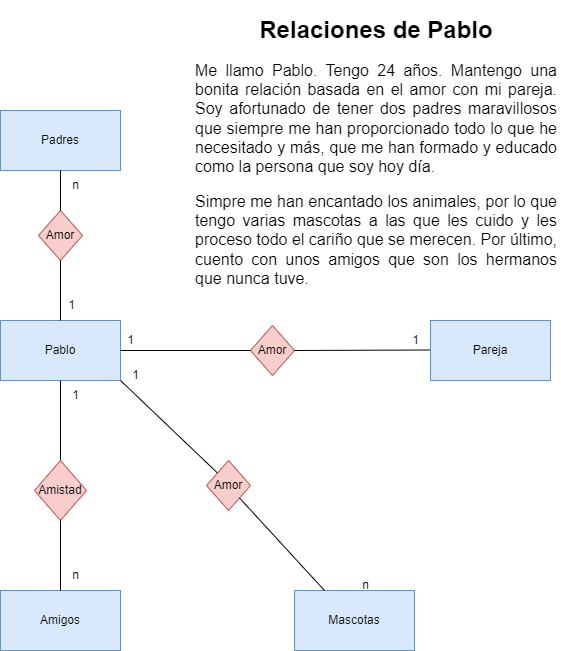
This is Ejercicio9DERRelacionesPablo.png from Pablosky971/JAVAIndra, a draw.io export, as it was before one commit. Source tidied: cells renumbered, new cells last; positions are measured from the earlier drawing's top-left corner, leaving out a move shared by most shapes. Its diagram source:
```xml
<mxGraphModel>
  <root>
    <mxCell id="0" />
    <mxCell id="1" parent="0" />
    <mxCell id="2" value="Pablo" style="rounded=0;whiteSpace=wrap;html=1;fillColor=#dae8fc;strokeColor=#6c8ebf;" parent="1" vertex="1">
      <mxGeometry y="310" width="120" height="60" as="geometry" />
    </mxCell>
    <mxCell id="3" value="Amor" style="rhombus;whiteSpace=wrap;html=1;fillColor=#f8cecc;strokeColor=#b85450;" parent="1" vertex="1">
      <mxGeometry x="250" y="315" width="44" height="50" as="geometry" />
    </mxCell>
    <mxCell id="4" style="endArrow=none;html=1;rounded=0;entryX=0;entryY=0.5;entryDx=0;entryDy=0;" parent="1" edge="1" source="2" target="3">
      <mxGeometry relative="1" as="geometry" />
    </mxCell>
    <mxCell id="5" style="endArrow=none;html=1;rounded=0;entryX=0;entryY=0.5;entryDx=0;entryDy=0;exitX=1;exitY=0.5;exitDx=0;exitDy=0;" parent="1" edge="1" source="3">
      <mxGeometry relative="1" as="geometry">
        <mxPoint x="430" y="339.5" as="targetPoint" />
      </mxGeometry>
    </mxCell>
    <mxCell id="6" value="Pareja" style="rounded=0;whiteSpace=wrap;html=1;fillColor=#dae8fc;strokeColor=#6c8ebf;" parent="1" vertex="1">
      <mxGeometry x="430" y="310" width="120" height="60" as="geometry" />
    </mxCell>
    <mxCell id="7" value="1" style="text;html=1;align=center;verticalAlign=middle;strokeColor=none;fillColor=none;" parent="1" vertex="1">
      <mxGeometry x="115" y="315" width="30" height="30" as="geometry" />
    </mxCell>
    <mxCell id="8" value="1" style="text;html=1;align=center;verticalAlign=middle;strokeColor=none;fillColor=none;" parent="1" vertex="1">
      <mxGeometry x="400" y="315" width="30" height="30" as="geometry" />
    </mxCell>
    <mxCell id="9" value="Amigos" style="rounded=0;whiteSpace=wrap;html=1;fillColor=#dae8fc;strokeColor=#6c8ebf;" parent="1" vertex="1">
      <mxGeometry y="580" width="120" height="60" as="geometry" />
    </mxCell>
    <mxCell id="10" style="endArrow=none;html=1;rounded=0;entryX=0.5;entryY=1;entryDx=0;entryDy=0;exitX=0.5;exitY=0;exitDx=0;exitDy=0;" parent="1" edge="1" source="13" target="2">
      <mxGeometry relative="1" as="geometry" />
    </mxCell>
    <mxCell id="11" value="1" style="text;html=1;align=center;verticalAlign=middle;strokeColor=none;fillColor=none;" parent="1" vertex="1">
      <mxGeometry x="60" y="370" width="30" height="30" as="geometry" />
    </mxCell>
    <mxCell id="12" value="n" style="text;html=1;align=center;verticalAlign=middle;strokeColor=none;fillColor=none;" parent="1" vertex="1">
      <mxGeometry x="60" y="550" width="30" height="30" as="geometry" />
    </mxCell>
    <mxCell id="13" value="Amistad" style="rhombus;whiteSpace=wrap;html=1;fillColor=#f8cecc;strokeColor=#b85450;" parent="1" vertex="1">
      <mxGeometry x="34" y="450" width="52" height="60" as="geometry" />
    </mxCell>
    <mxCell id="14" style="endArrow=none;html=1;rounded=0;entryX=0.5;entryY=1;entryDx=0;entryDy=0;" parent="1" edge="1" target="13">
      <mxGeometry relative="1" as="geometry">
        <mxPoint x="60" y="580" as="sourcePoint" />
      </mxGeometry>
    </mxCell>
    <mxCell id="15" value="Mascotas" style="rounded=0;whiteSpace=wrap;html=1;fillColor=#dae8fc;strokeColor=#6c8ebf;" parent="1" vertex="1">
      <mxGeometry x="294" y="580" width="120" height="60" as="geometry" />
    </mxCell>
    <mxCell id="16" value="Amor" style="rhombus;whiteSpace=wrap;html=1;fillColor=#f8cecc;strokeColor=#b85450;" parent="1" vertex="1">
      <mxGeometry x="206" y="450" width="44" height="50" as="geometry" />
    </mxCell>
    <mxCell id="17" style="endArrow=none;html=1;rounded=0;entryX=0.25;entryY=0;entryDx=0;entryDy=0;exitX=1;exitY=1;exitDx=0;exitDy=0;" parent="1" edge="1" source="16" target="15">
      <mxGeometry relative="1" as="geometry" />
    </mxCell>
    <mxCell id="18" style="endArrow=none;html=1;rounded=0;entryX=0;entryY=0;entryDx=0;entryDy=0;exitX=1;exitY=1;exitDx=0;exitDy=0;" parent="1" edge="1" source="2" target="16">
      <mxGeometry relative="1" as="geometry" />
    </mxCell>
    <mxCell id="19" value="1" style="text;html=1;align=center;verticalAlign=middle;strokeColor=none;fillColor=none;" parent="1" vertex="1">
      <mxGeometry x="120" y="350" width="30" height="30" as="geometry" />
    </mxCell>
    <mxCell id="20" value="n" style="text;html=1;align=center;verticalAlign=middle;strokeColor=none;fillColor=none;" parent="1" vertex="1">
      <mxGeometry x="350" y="560" width="30" height="30" as="geometry" />
    </mxCell>
    <mxCell id="21" value="Padres" style="rounded=0;whiteSpace=wrap;html=1;fillColor=#dae8fc;strokeColor=#6c8ebf;" parent="1" vertex="1">
      <mxGeometry y="100" width="120" height="60" as="geometry" />
    </mxCell>
    <mxCell id="22" value="Amor" style="rhombus;whiteSpace=wrap;html=1;fillColor=#f8cecc;strokeColor=#b85450;" parent="1" vertex="1">
      <mxGeometry x="38" y="200" width="44" height="50" as="geometry" />
    </mxCell>
    <mxCell id="23" style="endArrow=none;html=1;rounded=0;entryX=0.5;entryY=0;entryDx=0;entryDy=0;exitX=0.5;exitY=1;exitDx=0;exitDy=0;" parent="1" edge="1" source="21" target="22">
      <mxGeometry relative="1" as="geometry" />
    </mxCell>
    <mxCell id="24" style="endArrow=none;html=1;rounded=0;entryX=0.5;entryY=0;entryDx=0;entryDy=0;exitX=0.5;exitY=1;exitDx=0;exitDy=0;" parent="1" edge="1" source="22" target="2">
      <mxGeometry relative="1" as="geometry" />
    </mxCell>
    <mxCell id="25" value="&lt;h1 style=&quot;text-align: center;&quot;&gt;Relaciones de Pablo&lt;/h1&gt;&lt;p style=&quot;text-align: justify; font-size: 16px;&quot;&gt;&lt;font style=&quot;font-size: 16px;&quot;&gt;Me llamo Pablo. Tengo 24 años. Mantengo una bonita relación basada en el amor con mi pareja. Soy afortunado de tener dos padres maravillosos que siempre me han proporcionado todo lo que he necesitado y más, que me han formado y educado como la persona que soy hoy día.&lt;/font&gt;&lt;/p&gt;&lt;p style=&quot;text-align: justify; font-size: 16px;&quot;&gt;&lt;font style=&quot;font-size: 16px;&quot;&gt;Simpre me han encantado los animales, por lo que tengo varias mascotas a las que les cuido y les proceso todo el cariño que se merecen. Por último, cuento con unos amigos que son los hermanos que nunca tuve.&lt;/font&gt;&lt;/p&gt;" style="text;html=1;strokeColor=none;fillColor=none;spacing=5;spacingTop=-20;whiteSpace=wrap;overflow=hidden;rounded=0;" parent="1" vertex="1">
      <mxGeometry x="190" width="370" height="310" as="geometry" />
    </mxCell>
    <mxCell id="26" value="n" style="text;html=1;align=center;verticalAlign=middle;strokeColor=none;fillColor=none;" parent="1" vertex="1">
      <mxGeometry x="60" y="160" width="30" height="30" as="geometry" />
    </mxCell>
    <mxCell id="27" value="1" style="text;html=1;align=center;verticalAlign=middle;strokeColor=none;fillColor=none;" parent="1" vertex="1">
      <mxGeometry x="56" y="280" width="30" height="30" as="geometry" />
    </mxCell>
  </root>
</mxGraphModel>
```
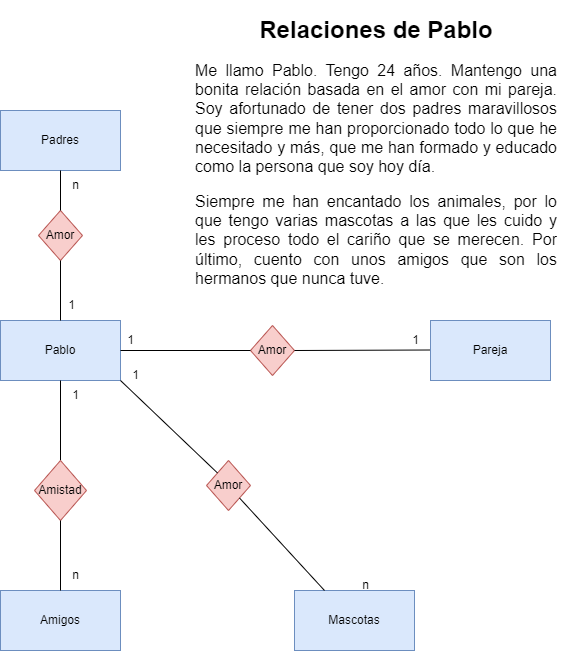
The same diagram one commit later.

Commit message:
Corregida falta de ortografía del texto Ejercicio 9 DER Relaciones Pablo: simpre por siempre

What changed in the source:
```diff
@@ -75,7 +75,7 @@
     <mxCell id="24" style="endArrow=none;html=1;rounded=0;entryX=0.5;entryY=0;entryDx=0;entryDy=0;exitX=0.5;exitY=1;exitDx=0;exitDy=0;" parent="1" edge="1" source="22" target="2">
       <mxGeometry relative="1" as="geometry" />
     </mxCell>
-    <mxCell id="25" value="&lt;h1 style=&quot;text-align: center;&quot;&gt;Relaciones de Pablo&lt;/h1&gt;&lt;p style=&quot;text-align: justify; font-size: 16px;&quot;&gt;&lt;font style=&quot;font-size: 16px;&quot;&gt;Me llamo Pablo. Tengo 24 años. Mantengo una bonita relación basada en el amor con mi pareja. Soy afortunado de tener dos padres maravillosos que siempre me han proporcionado todo lo que he necesitado y más, que me han formado y educado como la persona que soy hoy día.&lt;/font&gt;&lt;/p&gt;&lt;p style=&quot;text-align: justify; font-size: 16px;&quot;&gt;&lt;font style=&quot;font-size: 16px;&quot;&gt;Simpre me han encantado los animales, por lo que tengo varias mascotas a las que les cuido y les proceso todo el cariño que se merecen. Por último, cuento con unos amigos que son los hermanos que nunca tuve.&lt;/font&gt;&lt;/p&gt;" style="text;html=1;strokeColor=none;fillColor=none;spacing=5;spacingTop=-20;whiteSpace=wrap;overflow=hidden;rounded=0;" parent="1" vertex="1">
+    <mxCell id="25" value="&lt;h1 style=&quot;text-align: center;&quot;&gt;Relaciones de Pablo&lt;/h1&gt;&lt;p style=&quot;text-align: justify; font-size: 16px;&quot;&gt;&lt;font style=&quot;font-size: 16px;&quot;&gt;Me llamo Pablo. Tengo 24 años. Mantengo una bonita relación basada en el amor con mi pareja. Soy afortunado de tener dos padres maravillosos que siempre me han proporcionado todo lo que he necesitado y más, que me han formado y educado como la persona que soy hoy día.&lt;/font&gt;&lt;/p&gt;&lt;p style=&quot;text-align: justify; font-size: 16px;&quot;&gt;&lt;font style=&quot;font-size: 16px;&quot;&gt;Siempre me han encantado los animales, por lo que tengo varias mascotas a las que les cuido y les proceso todo el cariño que se merecen. Por último, cuento con unos amigos que son los hermanos que nunca tuve.&lt;/font&gt;&lt;/p&gt;" style="text;html=1;strokeColor=none;fillColor=none;spacing=5;spacingTop=-20;whiteSpace=wrap;overflow=hidden;rounded=0;" parent="1" vertex="1">
       <mxGeometry x="190" width="370" height="310" as="geometry" />
     </mxCell>
     <mxCell id="26" value="n" style="text;html=1;align=center;verticalAlign=middle;strokeColor=none;fillColor=none;" parent="1" vertex="1">
```
